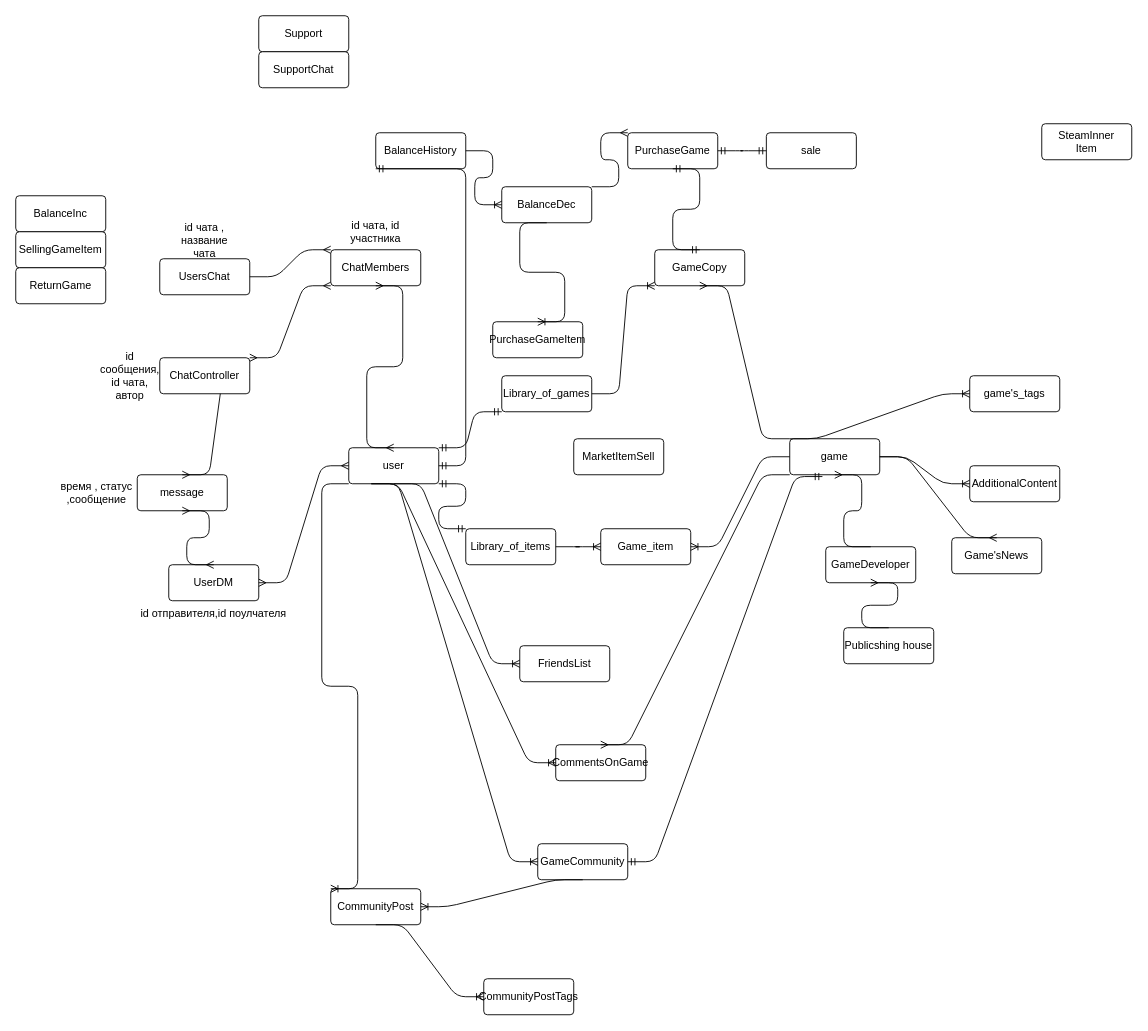
Before: Untitled Diagram.drawio in zanzydnd/DBGROUP-11.905, a draw.io diagram. Source tidied: cells renumbered, new cells numbered last; positions are measured from the earlier drawing's top-left corner, leaving out a move shared by most shapes. Both pictures are drawn from the tidied source at 90%, with x=0, y=0 at pixel (15, 15).
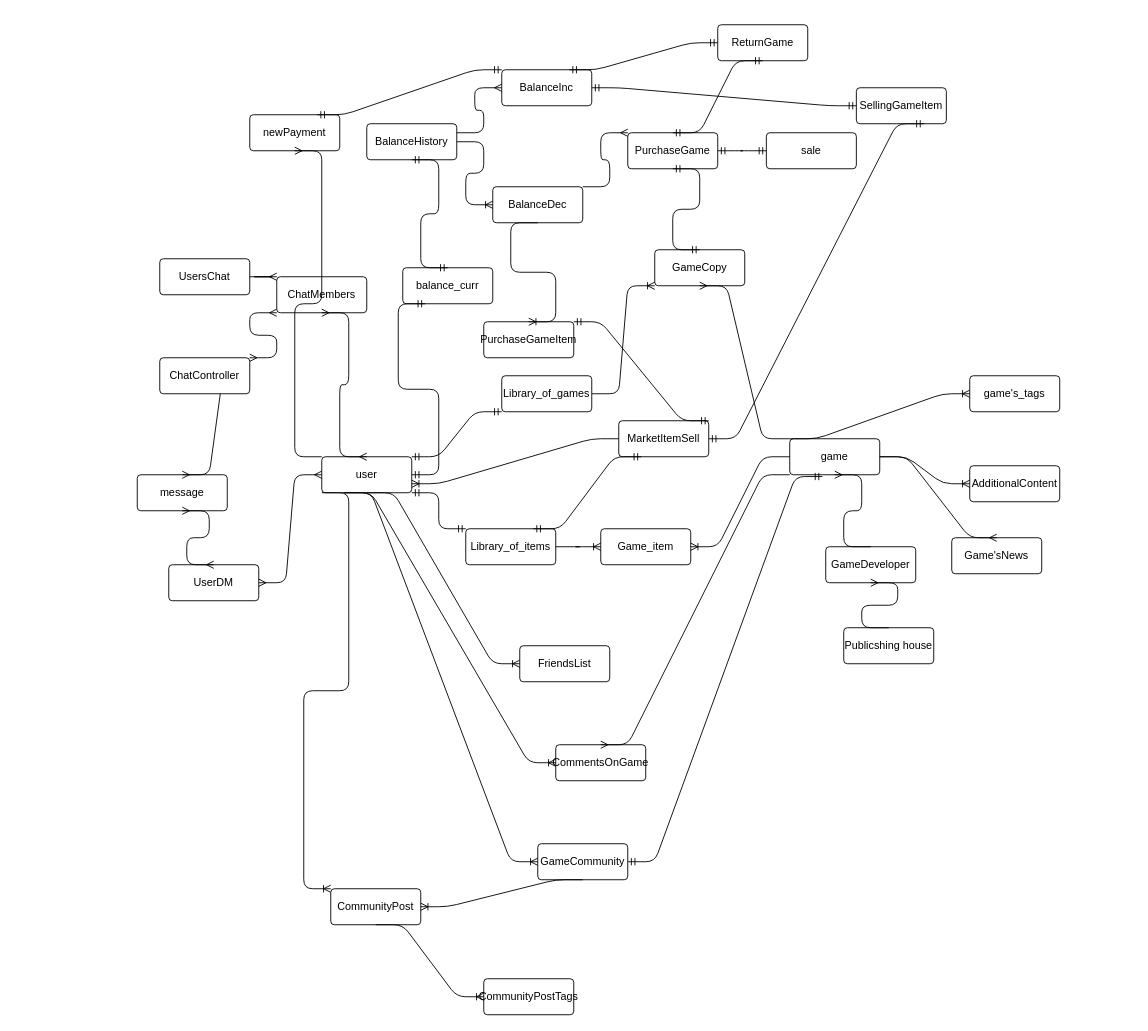
The same diagram, later.

The change refers to these unchanged cells:
```xml
<mxCell id="6" value="Library_of_items" style="rounded=1;arcSize=10;whiteSpace=wrap;html=1;align=center;" parent="1" vertex="1">
  <mxGeometry x="500" y="570" width="100" height="40" as="geometry" />
</mxCell>
<mxCell id="21" value="PurchaseGame&lt;br&gt;" style="rounded=1;arcSize=10;whiteSpace=wrap;html=1;align=center;" parent="1" vertex="1">
  <mxGeometry x="680" y="130" width="100" height="40" as="geometry" />
</mxCell>
```

The edit, as a diff of the source:
```diff
@@
     <mxCell id="2" value="user" style="rounded=1;arcSize=10;whiteSpace=wrap;html=1;align=center;" parent="1" vertex="1">
-      <mxGeometry x="370" y="480" width="100" height="40" as="geometry" />
+      <mxGeometry x="340" y="490" width="100" height="40" as="geometry" />
     </mxCell>
@@
-    <mxCell id="7" value="Support&lt;br&gt;" style="rounded=1;arcSize=10;whiteSpace=wrap;html=1;align=center;" parent="1" vertex="1">
-      <mxGeometry x="270" width="100" height="40" as="geometry" />
-    </mxCell>
-    <mxCell id="8" value="SteamInner&lt;br&gt;Item" style="rounded=1;arcSize=10;whiteSpace=wrap;html=1;align=center;" parent="1" vertex="1">
-      <mxGeometry x="1140" y="120" width="100" height="40" as="geometry" />
-    </mxCell>
@@
-    <mxCell id="11" value="SupportChat&lt;br&gt;" style="rounded=1;arcSize=10;whiteSpace=wrap;html=1;align=center;" parent="1" vertex="1">
-      <mxGeometry x="270" y="40" width="100" height="40" as="geometry" />
-    </mxCell>
@@
     <mxCell id="20" value="PurchaseGameItem" style="rounded=1;arcSize=10;whiteSpace=wrap;html=1;align=center;" parent="1" vertex="1">
-      <mxGeometry x="530" y="340" width="100" height="40" as="geometry" />
+      <mxGeometry x="520" y="340" width="100" height="40" as="geometry" />
     </mxCell>
@@
     <mxCell id="22" value="BalanceDec" style="rounded=1;arcSize=10;whiteSpace=wrap;html=1;align=center;" parent="1" vertex="1">
-      <mxGeometry x="540" y="190" width="100" height="40" as="geometry" />
+      <mxGeometry x="530" y="190" width="100" height="40" as="geometry" />
     </mxCell>
     <mxCell id="23" value="BalanceInc" style="rounded=1;arcSize=10;whiteSpace=wrap;html=1;align=center;" parent="1" vertex="1">
-      <mxGeometry y="200" width="100" height="40" as="geometry" />
+      <mxGeometry x="540" y="60" width="100" height="40" as="geometry" />
     </mxCell>
     <mxCell id="24" value="SellingGameItem" style="rounded=1;arcSize=10;whiteSpace=wrap;html=1;align=center;" parent="1" vertex="1">
-      <mxGeometry y="240" width="100" height="40" as="geometry" />
+      <mxGeometry x="934" y="80" width="100" height="40" as="geometry" />
     </mxCell>
     <mxCell id="25" value="ReturnGame&lt;br&gt;" style="rounded=1;arcSize=10;whiteSpace=wrap;html=1;align=center;" parent="1" vertex="1">
-      <mxGeometry y="280" width="100" height="40" as="geometry" />
+      <mxGeometry x="780" y="10" width="100" height="40" as="geometry" />
     </mxCell>
@@
     <mxCell id="28" value="BalanceHistory" style="rounded=1;arcSize=10;whiteSpace=wrap;html=1;align=center;" parent="1" vertex="1">
-      <mxGeometry x="400" y="130" width="100" height="40" as="geometry" />
+      <mxGeometry x="390" y="120" width="100" height="40" as="geometry" />
     </mxCell>
@@
-    <mxCell id="31" value="время , статус ,сообщение" style="text;html=1;strokeColor=none;fillColor=none;align=center;verticalAlign=middle;whiteSpace=wrap;rounded=0;" parent="1" vertex="1">
-      <mxGeometry x="30" y="520" width="120" height="20" as="geometry" />
-    </mxCell>
-    <mxCell id="32" value="id отправителя,id поулчателя" style="text;html=1;strokeColor=none;fillColor=none;align=center;verticalAlign=middle;whiteSpace=wrap;rounded=0;" parent="1" vertex="1">
-      <mxGeometry x="135" y="650" width="170" height="30" as="geometry" />
-    </mxCell>
@@
-    <mxCell id="35" value="id чата , название чата" style="text;html=1;strokeColor=none;fillColor=none;align=center;verticalAlign=middle;whiteSpace=wrap;rounded=0;" parent="1" vertex="1">
-      <mxGeometry x="190" y="240" width="40" height="20" as="geometry" />
-    </mxCell>
     <mxCell id="36" value="ChatMembers" style="rounded=1;arcSize=10;whiteSpace=wrap;html=1;align=center;" parent="1" vertex="1">
-      <mxGeometry x="350" y="260" width="100" height="40" as="geometry" />
+      <mxGeometry x="290" y="290" width="100" height="40" as="geometry" />
     </mxCell>
-    <mxCell id="37" value="id чата, id участника" style="text;html=1;strokeColor=none;fillColor=none;align=center;verticalAlign=middle;whiteSpace=wrap;rounded=0;" parent="1" vertex="1">
-      <mxGeometry x="380" y="230" width="40" height="20" as="geometry" />
-    </mxCell>
@@
-    <mxCell id="42" value="id сообщения, id чата, автор" style="text;html=1;strokeColor=none;fillColor=none;align=center;verticalAlign=middle;whiteSpace=wrap;rounded=0;" parent="1" vertex="1">
-      <mxGeometry x="107" y="390" width="40" height="20" as="geometry" />
-    </mxCell>
-    <mxCell id="43" style="edgeStyle=orthogonalEdgeStyle;rounded=0;orthogonalLoop=1;jettySize=auto;html=1;exitX=0.5;exitY=1;exitDx=0;exitDy=0;" parent="1" edge="1" source="42" target="42">
-      <mxGeometry relative="1" as="geometry" />
+    <mxCell id="43" style="edgeStyle=orthogonalEdgeStyle;rounded=0;orthogonalLoop=1;jettySize=auto;html=1;exitX=0.5;exitY=1;exitDx=0;exitDy=0;" parent="1" edge="1">
+      <mxGeometry relative="1" as="geometry">
+        <mxPoint x="127" y="410" as="sourcePoint" />
+        <mxPoint x="127" y="410" as="targetPoint" />
+      </mxGeometry>
     </mxCell>
@@
-    <mxCell id="64" style="edgeStyle=entityRelationEdgeStyle;fontSize=12;html=1;endArrow=ERmandOne;startArrow=ERmandOne;entryX=0;entryY=1;entryDx=0;entryDy=0;" parent="1" edge="1" source="2" target="28">
-      <mxGeometry relative="1" as="geometry" />
-    </mxCell>
-    <mxCell id="65" style="edgeStyle=entityRelationEdgeStyle;fontSize=12;html=1;endArrow=ERoneToMany;exitX=1;exitY=0.5;exitDx=0;exitDy=0;entryX=0;entryY=0.5;entryDx=0;entryDy=0;" parent="1" edge="1" source="28" target="22">
-      <mxGeometry relative="1" as="geometry" />
-    </mxCell>
@@
     <mxCell id="71" value="MarketItemSell&lt;br&gt;" style="rounded=1;arcSize=10;whiteSpace=wrap;html=1;align=center;" parent="1" vertex="1">
-      <mxGeometry x="620" y="470" width="100" height="40" as="geometry" />
+      <mxGeometry x="670" y="450" width="100" height="40" as="geometry" />
     </mxCell>
+    <mxCell id="72" style="edgeStyle=entityRelationEdgeStyle;fontSize=12;html=1;endArrow=ERoneToMany;entryX=1;entryY=0.75;entryDx=0;entryDy=0;exitX=0;exitY=0.5;exitDx=0;exitDy=0;" parent="1" edge="1" source="71" target="2">
+      <mxGeometry relative="1" as="geometry" />
+    </mxCell>
+    <mxCell id="73" style="edgeStyle=entityRelationEdgeStyle;fontSize=12;html=1;endArrow=ERmandOne;startArrow=ERmandOne;exitX=0.75;exitY=0;exitDx=0;exitDy=0;entryX=0.25;entryY=1;entryDx=0;entryDy=0;" parent="1" edge="1" source="6" target="71">
+      <mxGeometry relative="1" as="geometry" />
+    </mxCell>
+    <mxCell id="74" style="edgeStyle=entityRelationEdgeStyle;fontSize=12;html=1;endArrow=ERmandOne;startArrow=ERmandOne;exitX=1;exitY=0;exitDx=0;exitDy=0;entryX=1;entryY=0;entryDx=0;entryDy=0;" parent="1" edge="1" source="71" target="20">
+      <mxGeometry relative="1" as="geometry" />
+    </mxCell>
+    <mxCell id="75" value="balance_curr&lt;br&gt;" style="rounded=1;arcSize=10;whiteSpace=wrap;html=1;align=center;" parent="1" vertex="1">
+      <mxGeometry x="430" y="280" width="100" height="40" as="geometry" />
+    </mxCell>
+    <mxCell id="76" style="edgeStyle=entityRelationEdgeStyle;fontSize=12;html=1;endArrow=ERmandOne;startArrow=ERmandOne;entryX=0.25;entryY=1;entryDx=0;entryDy=0;exitX=1;exitY=0.5;exitDx=0;exitDy=0;" parent="1" edge="1" source="2" target="75">
+      <mxGeometry relative="1" as="geometry" />
+    </mxCell>
+    <mxCell id="77" style="edgeStyle=entityRelationEdgeStyle;fontSize=12;html=1;endArrow=ERmandOne;startArrow=ERmandOne;entryX=0.5;entryY=1;entryDx=0;entryDy=0;exitX=0.5;exitY=0;exitDx=0;exitDy=0;" parent="1" edge="1" source="75" target="28">
+      <mxGeometry relative="1" as="geometry" />
+    </mxCell>
+    <mxCell id="78" style="edgeStyle=entityRelationEdgeStyle;fontSize=12;html=1;endArrow=ERmany;entryX=0;entryY=0.5;entryDx=0;entryDy=0;exitX=1;exitY=0.25;exitDx=0;exitDy=0;" parent="1" edge="1" source="28" target="23">
+      <mxGeometry relative="1" as="geometry" />
+    </mxCell>
+    <mxCell id="65" style="edgeStyle=entityRelationEdgeStyle;fontSize=12;html=1;endArrow=ERoneToMany;entryX=0;entryY=0.5;entryDx=0;entryDy=0;exitX=1;exitY=0.5;exitDx=0;exitDy=0;" parent="1" edge="1" source="28" target="22">
+      <mxGeometry relative="1" as="geometry" />
+    </mxCell>
+    <mxCell id="79" value="newPayment&lt;br&gt;" style="rounded=1;arcSize=10;whiteSpace=wrap;html=1;align=center;" parent="1" vertex="1">
+      <mxGeometry x="260" y="110" width="100" height="40" as="geometry" />
+    </mxCell>
+    <mxCell id="80" style="edgeStyle=entityRelationEdgeStyle;fontSize=12;html=1;endArrow=ERmany;entryX=0.5;entryY=1;entryDx=0;entryDy=0;exitX=0;exitY=0;exitDx=0;exitDy=0;" parent="1" edge="1" source="2" target="79">
+      <mxGeometry relative="1" as="geometry" />
+    </mxCell>
+    <mxCell id="81" style="edgeStyle=entityRelationEdgeStyle;fontSize=12;html=1;endArrow=ERmandOne;startArrow=ERmandOne;entryX=0;entryY=0;entryDx=0;entryDy=0;exitX=0.75;exitY=0;exitDx=0;exitDy=0;" parent="1" edge="1" source="79" target="23">
+      <mxGeometry relative="1" as="geometry" />
+    </mxCell>
+    <mxCell id="82" style="edgeStyle=entityRelationEdgeStyle;fontSize=12;html=1;endArrow=ERmandOne;startArrow=ERmandOne;entryX=0;entryY=0.5;entryDx=0;entryDy=0;exitX=1;exitY=0.5;exitDx=0;exitDy=0;" parent="1" edge="1" source="23" target="24">
+      <mxGeometry relative="1" as="geometry" />
+    </mxCell>
+    <mxCell id="83" style="edgeStyle=entityRelationEdgeStyle;fontSize=12;html=1;endArrow=ERmandOne;startArrow=ERmandOne;entryX=0.75;entryY=1;entryDx=0;entryDy=0;exitX=1;exitY=0.5;exitDx=0;exitDy=0;" parent="1" edge="1" source="71" target="24">
+      <mxGeometry relative="1" as="geometry" />
+    </mxCell>
+    <mxCell id="84" style="edgeStyle=entityRelationEdgeStyle;fontSize=12;html=1;endArrow=ERmandOne;startArrow=ERmandOne;entryX=0;entryY=0.5;entryDx=0;entryDy=0;exitX=0.75;exitY=0;exitDx=0;exitDy=0;" parent="1" edge="1" source="23" target="25">
+      <mxGeometry relative="1" as="geometry" />
+    </mxCell>
+    <mxCell id="85" style="edgeStyle=entityRelationEdgeStyle;fontSize=12;html=1;endArrow=ERmandOne;startArrow=ERmandOne;entryX=0.5;entryY=1;entryDx=0;entryDy=0;exitX=0.5;exitY=0;exitDx=0;exitDy=0;" parent="1" edge="1" source="21" target="25">
+      <mxGeometry relative="1" as="geometry" />
+    </mxCell>
```
